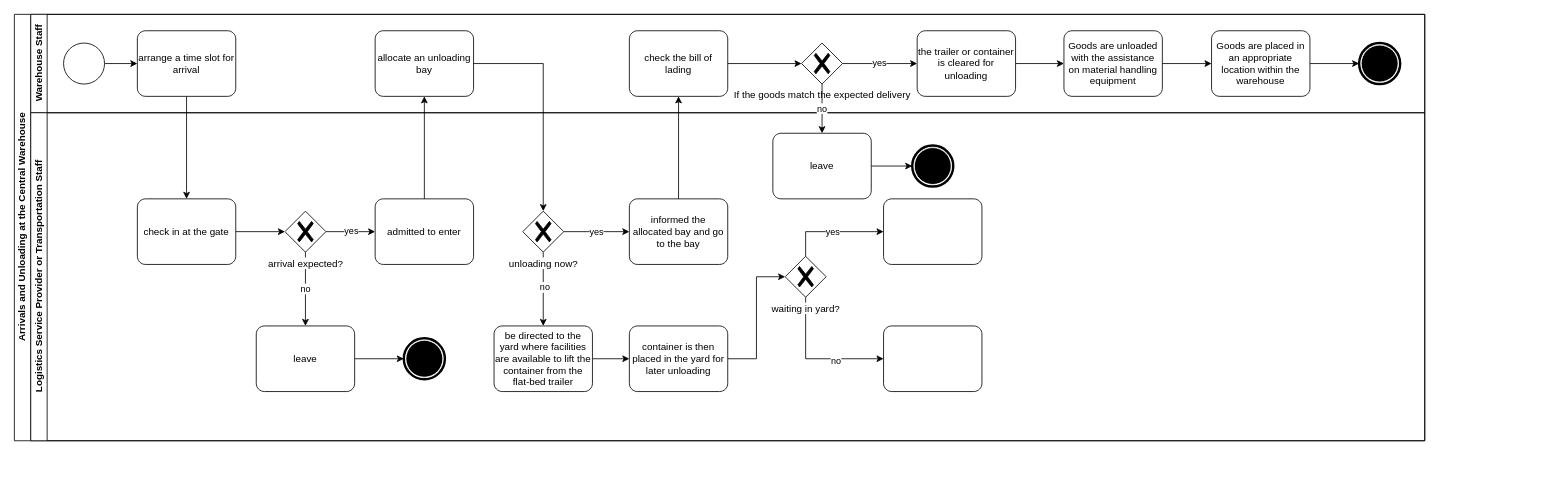
cky008/note-nuist keeps this draw.io diagram as others/BPMN-Arrivals and Unloading at the Central Warehouse.drawio. Above is the earlier version. Source tidied: cells renumbered, new cells numbered last; positions are measured from the earlier drawing's top-left corner, leaving out a move shared by most shapes. Both pictures are drawn from the tidied source at 82%, with x=0, y=0 at pixel (14, 14).
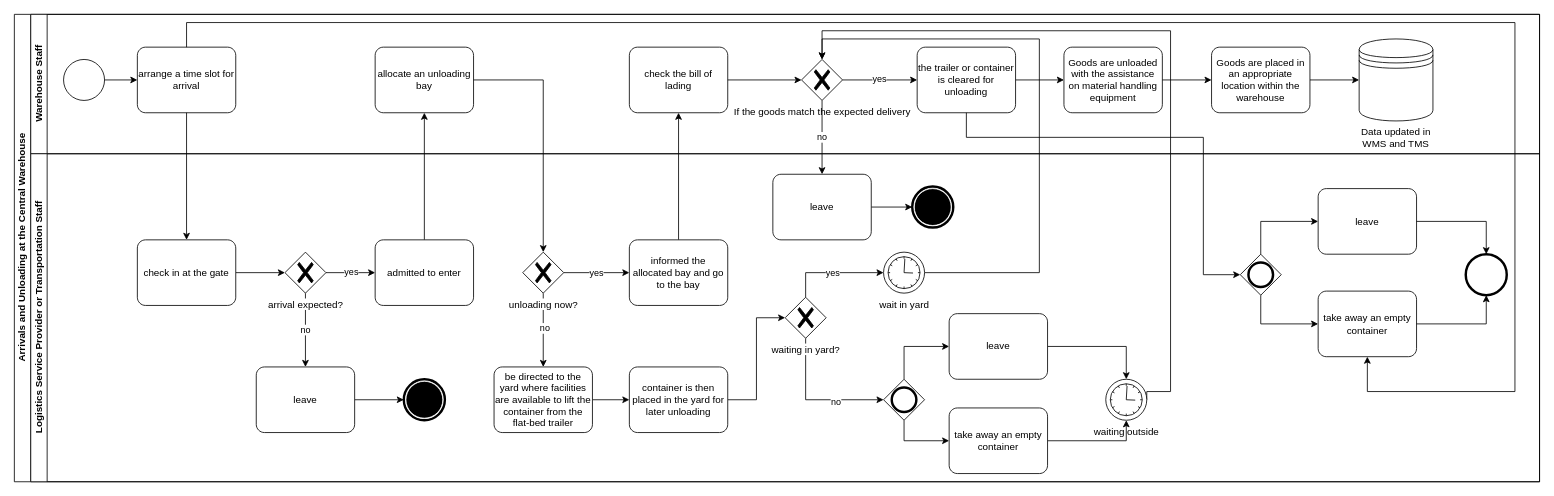
After the change.

The change refers to these unchanged cells:
```xml
<mxCell id="19" value="check in at the gate" style="points=[[0.25,0,0],[0.5,0,0],[0.75,0,0],[1,0.25,0],[1,0.5,0],[1,0.75,0],[0.75,1,0],[0.5,1,0],[0.25,1,0],[0,0.75,0],[0,0.5,0],[0,0.25,0]];shape=mxgraph.bpmn.task;whiteSpace=wrap;rectStyle=rounded;size=10;html=1;taskMarker=abstract;" parent="17" vertex="1">
  <mxGeometry x="130" y="105" width="120" height="80" as="geometry" />
</mxCell>
<mxCell id="24" value="admitted to enter" style="points=[[0.25,0,0],[0.5,0,0],[0.75,0,0],[1,0.25,0],[1,0.5,0],[1,0.75,0],[0.75,1,0],[0.5,1,0],[0.25,1,0],[0,0.75,0],[0,0.5,0],[0,0.25,0]];shape=mxgraph.bpmn.task;whiteSpace=wrap;rectStyle=rounded;size=10;html=1;taskMarker=abstract;" parent="17" vertex="1">
  <mxGeometry x="420" y="105" width="120" height="80" as="geometry" />
</mxCell>
<mxCell id="27" value="unloading now?" style="points=[[0.25,0.25,0],[0.5,0,0],[0.75,0.25,0],[1,0.5,0],[0.75,0.75,0],[0.5,1,0],[0.25,0.75,0],[0,0.5,0]];shape=mxgraph.bpmn.gateway2;html=1;verticalLabelPosition=bottom;labelBackgroundColor=#ffffff;verticalAlign=top;align=center;perimeter=rhombusPerimeter;outlineConnect=0;outline=none;symbol=none;gwType=exclusive;" parent="17" vertex="1">
  <mxGeometry x="600" y="120" width="50" height="50" as="geometry" />
</mxCell>
<mxCell id="32" value="informed the allocated bay and go to the bay" style="points=[[0.25,0,0],[0.5,0,0],[0.75,0,0],[1,0.25,0],[1,0.5,0],[1,0.75,0],[0.75,1,0],[0.5,1,0],[0.25,1,0],[0,0.75,0],[0,0.5,0],[0,0.25,0]];shape=mxgraph.bpmn.task;whiteSpace=wrap;rectStyle=rounded;size=10;html=1;taskMarker=abstract;" parent="17" vertex="1">
  <mxGeometry x="730" y="105" width="120" height="80" as="geometry" />
</mxCell>
<mxCell id="40" value="waiting in yard?" style="points=[[0.25,0.25,0],[0.5,0,0],[0.75,0.25,0],[1,0.5,0],[0.75,0.75,0],[0.5,1,0],[0.25,0.75,0],[0,0.5,0]];shape=mxgraph.bpmn.gateway2;html=1;verticalLabelPosition=bottom;labelBackgroundColor=#ffffff;verticalAlign=top;align=center;perimeter=rhombusPerimeter;outlineConnect=0;outline=none;symbol=none;gwType=exclusive;" parent="17" vertex="1">
  <mxGeometry x="920" y="175" width="50" height="50" as="geometry" />
</mxCell>
<mxCell id="44" value="leave" style="points=[[0.25,0,0],[0.5,0,0],[0.75,0,0],[1,0.25,0],[1,0.5,0],[1,0.75,0],[0.75,1,0],[0.5,1,0],[0.25,1,0],[0,0.75,0],[0,0.5,0],[0,0.25,0]];shape=mxgraph.bpmn.task;whiteSpace=wrap;rectStyle=rounded;size=10;html=1;taskMarker=abstract;" parent="17" vertex="1">
  <mxGeometry x="905" y="25" width="120" height="80" as="geometry" />
</mxCell>
```

The edit, as a diff of the source:
```diff
@@
     <mxCell id="2" value="Arrivals and Unloading at the Central Warehouse" style="swimlane;html=1;horizontal=0;startSize=20;" parent="1" vertex="1">
-      <mxGeometry width="1720" height="520" as="geometry" />
+      <mxGeometry width="1860" height="570" as="geometry" />
     </mxCell>
     <mxCell id="3" value="Warehouse Staff" style="swimlane;html=1;startSize=20;horizontal=0;" parent="2" vertex="1">
-      <mxGeometry x="20" width="1700" height="120" as="geometry" />
+      <mxGeometry x="20" width="1840" height="170" as="geometry" />
     </mxCell>
@@
     <mxCell id="5" style="points=[[0.145,0.145,0],[0.5,0,0],[0.855,0.145,0],[1,0.5,0],[0.855,0.855,0],[0.5,1,0],[0.145,0.855,0],[0,0.5,0]];shape=mxgraph.bpmn.event;html=1;verticalLabelPosition=bottom;labelBackgroundColor=#ffffff;verticalAlign=top;align=center;perimeter=ellipsePerimeter;outlineConnect=0;outline=standard;symbol=general;" parent="3" vertex="1">
-      <mxGeometry x="40" y="35" width="50" height="50" as="geometry" />
+      <mxGeometry x="40" y="55" width="50" height="50" as="geometry" />
     </mxCell>
     <mxCell id="6" value="arrange a time slot for arrival" style="points=[[0.25,0,0],[0.5,0,0],[0.75,0,0],[1,0.25,0],[1,0.5,0],[1,0.75,0],[0.75,1,0],[0.5,1,0],[0.25,1,0],[0,0.75,0],[0,0.5,0],[0,0.25,0]];shape=mxgraph.bpmn.task;whiteSpace=wrap;rectStyle=rounded;size=10;html=1;taskMarker=abstract;" parent="3" vertex="1">
-      <mxGeometry x="130" y="20" width="120" height="80" as="geometry" />
+      <mxGeometry x="130" y="40" width="120" height="80" as="geometry" />
     </mxCell>
     <mxCell id="7" value="allocate an unloading bay" style="points=[[0.25,0,0],[0.5,0,0],[0.75,0,0],[1,0.25,0],[1,0.5,0],[1,0.75,0],[0.75,1,0],[0.5,1,0],[0.25,1,0],[0,0.75,0],[0,0.5,0],[0,0.25,0]];shape=mxgraph.bpmn.task;whiteSpace=wrap;rectStyle=rounded;size=10;html=1;taskMarker=abstract;" parent="3" vertex="1">
-      <mxGeometry x="420" y="20" width="120" height="80" as="geometry" />
+      <mxGeometry x="420" y="40" width="120" height="80" as="geometry" />
     </mxCell>
     <mxCell id="8" value="check the bill of lading" style="points=[[0.25,0,0],[0.5,0,0],[0.75,0,0],[1,0.25,0],[1,0.5,0],[1,0.75,0],[0.75,1,0],[0.5,1,0],[0.25,1,0],[0,0.75,0],[0,0.5,0],[0,0.25,0]];shape=mxgraph.bpmn.task;whiteSpace=wrap;rectStyle=rounded;size=10;html=1;taskMarker=abstract;" parent="3" vertex="1">
-      <mxGeometry x="730" y="20" width="120" height="80" as="geometry" />
+      <mxGeometry x="730" y="40" width="120" height="80" as="geometry" />
     </mxCell>
@@
     <mxCell id="11" value="If the goods match the expected delivery" style="points=[[0.25,0.25,0],[0.5,0,0],[0.75,0.25,0],[1,0.5,0],[0.75,0.75,0],[0.5,1,0],[0.25,0.75,0],[0,0.5,0]];shape=mxgraph.bpmn.gateway2;html=1;verticalLabelPosition=bottom;labelBackgroundColor=#ffffff;verticalAlign=top;align=center;perimeter=rhombusPerimeter;outlineConnect=0;outline=none;symbol=none;gwType=exclusive;" parent="3" vertex="1">
-      <mxGeometry x="940" y="35" width="50" height="50" as="geometry" />
+      <mxGeometry x="940" y="55" width="50" height="50" as="geometry" />
     </mxCell>
@@
     <mxCell id="14" value="the trailer or container is cleared for unloading" style="points=[[0.25,0,0],[0.5,0,0],[0.75,0,0],[1,0.25,0],[1,0.5,0],[1,0.75,0],[0.75,1,0],[0.5,1,0],[0.25,1,0],[0,0.75,0],[0,0.5,0],[0,0.25,0]];shape=mxgraph.bpmn.task;whiteSpace=wrap;rectStyle=rounded;size=10;html=1;taskMarker=abstract;" parent="3" vertex="1">
-      <mxGeometry x="1081" y="20" width="120" height="80" as="geometry" />
+      <mxGeometry x="1081" y="40" width="120" height="80" as="geometry" />
     </mxCell>
     <mxCell id="15" value="Goods are unloaded with the assistance on material handling equipment" style="points=[[0.25,0,0],[0.5,0,0],[0.75,0,0],[1,0.25,0],[1,0.5,0],[1,0.75,0],[0.75,1,0],[0.5,1,0],[0.25,1,0],[0,0.75,0],[0,0.5,0],[0,0.25,0]];shape=mxgraph.bpmn.task;whiteSpace=wrap;rectStyle=rounded;size=10;html=1;taskMarker=abstract;" parent="3" vertex="1">
-      <mxGeometry x="1260" y="20" width="120" height="80" as="geometry" />
+      <mxGeometry x="1260" y="40" width="120" height="80" as="geometry" />
     </mxCell>
-    <mxCell id="16" style="points=[[0.145,0.145,0],[0.5,0,0],[0.855,0.145,0],[1,0.5,0],[0.855,0.855,0],[0.5,1,0],[0.145,0.855,0],[0,0.5,0]];shape=mxgraph.bpmn.event;html=1;verticalLabelPosition=bottom;labelBackgroundColor=#ffffff;verticalAlign=top;align=center;perimeter=ellipsePerimeter;outlineConnect=0;outline=end;symbol=terminate;" parent="3" vertex="1">
-      <mxGeometry x="1620" y="35" width="50" height="50" as="geometry" />
-    </mxCell>
+    <mxCell id="54" style="edgeStyle=orthogonalEdgeStyle;rounded=0;jettySize=auto;html=1;" parent="3" edge="1" source="52" target="55">
+      <mxGeometry relative="1" as="geometry" />
+    </mxCell>
+    <mxCell id="52" value="Goods are&amp;nbsp;placed in an appropriate location within the warehouse" style="points=[[0.25,0,0],[0.5,0,0],[0.75,0,0],[1,0.25,0],[1,0.5,0],[1,0.75,0],[0.75,1,0],[0.5,1,0],[0.25,1,0],[0,0.75,0],[0,0.5,0],[0,0.25,0]];shape=mxgraph.bpmn.task;whiteSpace=wrap;rectStyle=rounded;size=10;html=1;taskMarker=abstract;" parent="3" vertex="1">
+      <mxGeometry x="1440" y="40" width="120" height="80" as="geometry" />
+    </mxCell>
+    <mxCell id="53" style="edgeStyle=orthogonalEdgeStyle;rounded=0;jettySize=auto;html=1;" parent="3" edge="1" source="15" target="52">
+      <mxGeometry relative="1" as="geometry" />
+    </mxCell>
+    <mxCell id="55" value="Data updated in WMS and TMS" style="shape=datastore;whiteSpace=wrap;html=1;labelPosition=center;verticalLabelPosition=bottom;align=center;verticalAlign=top;" parent="3" vertex="1">
+      <mxGeometry x="1620" y="30" width="90" height="100" as="geometry" />
+    </mxCell>
+    <mxCell id="46" style="edgeStyle=orthogonalEdgeStyle;rounded=0;jettySize=auto;html=1;" parent="2" edge="1" source="6" target="19">
+      <mxGeometry relative="1" as="geometry" />
+    </mxCell>
+    <mxCell id="47" style="edgeStyle=orthogonalEdgeStyle;rounded=0;jettySize=auto;html=1;" parent="2" edge="1" source="24" target="7">
+      <mxGeometry relative="1" as="geometry" />
+    </mxCell>
+    <mxCell id="48" style="edgeStyle=orthogonalEdgeStyle;rounded=0;jettySize=auto;html=1;entryX=0.5;entryY=0;entryDx=0;entryDy=0;entryPerimeter=0;" parent="2" edge="1" source="7" target="27">
+      <mxGeometry relative="1" as="geometry" />
+    </mxCell>
+    <mxCell id="49" style="edgeStyle=orthogonalEdgeStyle;rounded=0;jettySize=auto;html=1;" parent="2" edge="1" source="32" target="8">
+      <mxGeometry relative="1" as="geometry" />
+    </mxCell>
+    <mxCell id="50" value="no" style="edgeStyle=orthogonalEdgeStyle;rounded=0;jettySize=auto;html=1;entryX=0.5;entryY=0;entryDx=0;entryDy=0;entryPerimeter=0;" parent="2" edge="1" source="11" target="44">
+      <mxGeometry relative="1" as="geometry" />
+    </mxCell>
+    <mxCell id="56" style="edgeStyle=orthogonalEdgeStyle;rounded=0;jettySize=auto;html=1;entryX=0.5;entryY=0;entryDx=0;entryDy=0;entryPerimeter=0;exitX=1;exitY=0.5;exitDx=0;exitDy=0;exitPerimeter=0;" parent="2" edge="1" source="61" target="11">
+      <mxGeometry relative="1" as="geometry">
+        <Array as="points">
+          <mxPoint x="1250" y="315" />
+          <mxPoint x="1250" y="30" />
+          <mxPoint x="985" y="30" />
+        </Array>
+      </mxGeometry>
+    </mxCell>
+    <mxCell id="57" style="edgeStyle=orthogonalEdgeStyle;rounded=0;jettySize=auto;html=1;entryX=0.5;entryY=0;entryDx=0;entryDy=0;entryPerimeter=0;exitX=1;exitY=0.5;exitDx=0;exitDy=0;exitPerimeter=0;" parent="2" edge="1" source="62" target="11">
+      <mxGeometry relative="1" as="geometry">
+        <Array as="points">
+          <mxPoint x="1410" y="460" />
+          <mxPoint x="1410" y="20" />
+          <mxPoint x="985" y="20" />
+        </Array>
+      </mxGeometry>
+    </mxCell>
+    <mxCell id="58" style="edgeStyle=orthogonalEdgeStyle;rounded=0;jettySize=auto;html=1;entryX=0;entryY=0.5;entryDx=0;entryDy=0;entryPerimeter=0;exitX=0.5;exitY=1;exitDx=0;exitDy=0;exitPerimeter=0;" parent="2" edge="1" source="14" target="71">
+      <mxGeometry relative="1" as="geometry">
+        <Array as="points">
+          <mxPoint x="1161" y="150" />
+          <mxPoint x="1450" y="150" />
+          <mxPoint x="1450" y="318" />
+        </Array>
+      </mxGeometry>
+    </mxCell>
+    <mxCell id="59" style="edgeStyle=orthogonalEdgeStyle;rounded=0;jettySize=auto;html=1;" parent="2" edge="1" source="6" target="73">
+      <mxGeometry relative="1" as="geometry">
+        <Array as="points">
+          <mxPoint x="210" y="10" />
+          <mxPoint x="1830" y="10" />
+          <mxPoint x="1830" y="460" />
+          <mxPoint x="1650" y="460" />
+        </Array>
+      </mxGeometry>
+    </mxCell>
     <mxCell id="17" value="Logistics Service Provider or&amp;nbsp;Transportation Staff" style="swimlane;html=1;startSize=20;horizontal=0;" parent="2" vertex="1">
-      <mxGeometry x="20" y="120" width="1700" height="400" as="geometry" />
+      <mxGeometry x="20" y="170" width="1840" height="400" as="geometry" />
     </mxCell>
@@
-    <mxCell id="37" value="yes" style="edgeStyle=orthogonalEdgeStyle;rounded=0;jettySize=auto;html=1;exitX=0.5;exitY=0;exitDx=0;exitDy=0;exitPerimeter=0;" parent="17" edge="1" source="40" target="41">
+    <mxCell id="37" value="yes" style="edgeStyle=orthogonalEdgeStyle;rounded=0;jettySize=auto;html=1;exitX=0.5;exitY=0;exitDx=0;exitDy=0;exitPerimeter=0;entryX=0;entryY=0.5;entryDx=0;entryDy=0;entryPerimeter=0;" parent="17" edge="1" source="40" target="61">
       <mxGeometry relative="1" as="geometry" />
     </mxCell>
-    <mxCell id="38" style="edgeStyle=orthogonalEdgeStyle;rounded=0;jettySize=auto;html=1;entryX=0;entryY=0.5;entryDx=0;entryDy=0;entryPerimeter=0;exitX=0.5;exitY=1;exitDx=0;exitDy=0;exitPerimeter=0;" parent="17" edge="1" source="40" target="42">
+    <mxCell id="38" style="edgeStyle=orthogonalEdgeStyle;rounded=0;jettySize=auto;html=1;entryX=0;entryY=0.5;entryDx=0;entryDy=0;entryPerimeter=0;exitX=0.5;exitY=1;exitDx=0;exitDy=0;exitPerimeter=0;" parent="17" edge="1" source="40" target="65">
       <mxGeometry relative="1" as="geometry" />
     </mxCell>
@@
-    <mxCell id="41" style="points=[[0.25,0,0],[0.5,0,0],[0.75,0,0],[1,0.25,0],[1,0.5,0],[1,0.75,0],[0.75,1,0],[0.5,1,0],[0.25,1,0],[0,0.75,0],[0,0.5,0],[0,0.25,0]];shape=mxgraph.bpmn.task;whiteSpace=wrap;rectStyle=rounded;size=10;html=1;taskMarker=abstract;" parent="17" vertex="1">
-      <mxGeometry x="1040" y="105" width="120" height="80" as="geometry" />
-    </mxCell>
-    <mxCell id="42" style="points=[[0.25,0,0],[0.5,0,0],[0.75,0,0],[1,0.25,0],[1,0.5,0],[1,0.75,0],[0.75,1,0],[0.5,1,0],[0.25,1,0],[0,0.75,0],[0,0.5,0],[0,0.25,0]];shape=mxgraph.bpmn.task;whiteSpace=wrap;rectStyle=rounded;size=10;html=1;taskMarker=abstract;" parent="17" vertex="1">
-      <mxGeometry x="1040" y="260" width="120" height="80" as="geometry" />
-    </mxCell>
+    <mxCell id="60" style="edgeStyle=orthogonalEdgeStyle;rounded=0;jettySize=auto;html=1;exitX=1;exitY=0.5;exitDx=0;exitDy=0;exitPerimeter=0;" parent="17" edge="1" source="66" target="62">
+      <mxGeometry relative="1" as="geometry">
+        <Array as="points">
+          <mxPoint x="1336" y="235" />
+        </Array>
+      </mxGeometry>
+    </mxCell>
@@
-    <mxCell id="46" style="edgeStyle=orthogonalEdgeStyle;rounded=0;jettySize=auto;html=1;" parent="2" edge="1" source="6" target="19">
-      <mxGeometry relative="1" as="geometry" />
-    </mxCell>
-    <mxCell id="47" style="edgeStyle=orthogonalEdgeStyle;rounded=0;jettySize=auto;html=1;" parent="2" edge="1" source="24" target="7">
-      <mxGeometry relative="1" as="geometry" />
-    </mxCell>
-    <mxCell id="48" style="edgeStyle=orthogonalEdgeStyle;rounded=0;jettySize=auto;html=1;entryX=0.5;entryY=0;entryDx=0;entryDy=0;entryPerimeter=0;" parent="2" edge="1" source="7" target="27">
-      <mxGeometry relative="1" as="geometry" />
-    </mxCell>
-    <mxCell id="49" style="edgeStyle=orthogonalEdgeStyle;rounded=0;jettySize=auto;html=1;" parent="2" edge="1" source="32" target="8">
-      <mxGeometry relative="1" as="geometry" />
-    </mxCell>
-    <mxCell id="50" value="no" style="edgeStyle=orthogonalEdgeStyle;rounded=0;jettySize=auto;html=1;entryX=0.5;entryY=0;entryDx=0;entryDy=0;entryPerimeter=0;" parent="2" edge="1" source="11" target="44">
-      <mxGeometry relative="1" as="geometry" />
-    </mxCell>
-    <mxCell id="51" style="edgeStyle=orthogonalEdgeStyle;rounded=0;jettySize=auto;html=1;" parent="1" edge="1" source="52" target="16">
-      <mxGeometry relative="1" as="geometry" />
-    </mxCell>
-    <mxCell id="52" value="Goods are&amp;nbsp;placed in an appropriate location within the warehouse" style="points=[[0.25,0,0],[0.5,0,0],[0.75,0,0],[1,0.25,0],[1,0.5,0],[1,0.75,0],[0.75,1,0],[0.5,1,0],[0.25,1,0],[0,0.75,0],[0,0.5,0],[0,0.25,0]];shape=mxgraph.bpmn.task;whiteSpace=wrap;rectStyle=rounded;size=10;html=1;taskMarker=abstract;" parent="1" vertex="1">
-      <mxGeometry x="1460" y="20" width="120" height="80" as="geometry" />
-    </mxCell>
-    <mxCell id="53" style="edgeStyle=orthogonalEdgeStyle;rounded=0;jettySize=auto;html=1;" parent="1" edge="1" source="15" target="52">
-      <mxGeometry relative="1" as="geometry" />
-    </mxCell>
+    <mxCell id="61" value="wait in yard" style="points=[[0.145,0.145,0],[0.5,0,0],[0.855,0.145,0],[1,0.5,0],[0.855,0.855,0],[0.5,1,0],[0.145,0.855,0],[0,0.5,0]];shape=mxgraph.bpmn.event;html=1;verticalLabelPosition=bottom;labelBackgroundColor=#ffffff;verticalAlign=top;align=center;perimeter=ellipsePerimeter;outlineConnect=0;outline=standard;symbol=timer;" parent="17" vertex="1">
+      <mxGeometry x="1040" y="120" width="50" height="50" as="geometry" />
+    </mxCell>
+    <mxCell id="62" value="waiting outside" style="points=[[0.145,0.145,0],[0.5,0,0],[0.855,0.145,0],[1,0.5,0],[0.855,0.855,0],[0.5,1,0],[0.145,0.855,0],[0,0.5,0]];shape=mxgraph.bpmn.event;html=1;verticalLabelPosition=bottom;labelBackgroundColor=#ffffff;verticalAlign=top;align=center;perimeter=ellipsePerimeter;outlineConnect=0;outline=standard;symbol=timer;" parent="17" vertex="1">
+      <mxGeometry x="1311" y="275" width="50" height="50" as="geometry" />
+    </mxCell>
+    <mxCell id="63" style="edgeStyle=orthogonalEdgeStyle;rounded=0;jettySize=auto;html=1;exitX=0.5;exitY=0;exitDx=0;exitDy=0;exitPerimeter=0;" parent="17" edge="1" source="65" target="66">
+      <mxGeometry relative="1" as="geometry" />
+    </mxCell>
+    <mxCell id="64" style="edgeStyle=orthogonalEdgeStyle;rounded=0;jettySize=auto;html=1;exitX=0.5;exitY=1;exitDx=0;exitDy=0;exitPerimeter=0;" parent="17" edge="1" source="65" target="68">
+      <mxGeometry relative="1" as="geometry" />
+    </mxCell>
+    <mxCell id="65" style="points=[[0.25,0.25,0],[0.5,0,0],[0.75,0.25,0],[1,0.5,0],[0.75,0.75,0],[0.5,1,0],[0.25,0.75,0],[0,0.5,0]];shape=mxgraph.bpmn.gateway2;html=1;verticalLabelPosition=bottom;labelBackgroundColor=#ffffff;verticalAlign=top;align=center;perimeter=rhombusPerimeter;outlineConnect=0;outline=end;symbol=general;" parent="17" vertex="1">
+      <mxGeometry x="1040" y="275" width="50" height="50" as="geometry" />
+    </mxCell>
+    <mxCell id="66" value="leave" style="points=[[0.25,0,0],[0.5,0,0],[0.75,0,0],[1,0.25,0],[1,0.5,0],[1,0.75,0],[0.75,1,0],[0.5,1,0],[0.25,1,0],[0,0.75,0],[0,0.5,0],[0,0.25,0]];shape=mxgraph.bpmn.task;whiteSpace=wrap;rectStyle=rounded;size=10;html=1;taskMarker=abstract;" parent="17" vertex="1">
+      <mxGeometry x="1120" y="195" width="120" height="80" as="geometry" />
+    </mxCell>
+    <mxCell id="67" style="edgeStyle=orthogonalEdgeStyle;rounded=0;jettySize=auto;html=1;entryX=0.5;entryY=1;entryDx=0;entryDy=0;entryPerimeter=0;" parent="17" edge="1" source="68" target="62">
+      <mxGeometry relative="1" as="geometry" />
+    </mxCell>
+    <mxCell id="68" value="take away an empty container" style="points=[[0.25,0,0],[0.5,0,0],[0.75,0,0],[1,0.25,0],[1,0.5,0],[1,0.75,0],[0.75,1,0],[0.5,1,0],[0.25,1,0],[0,0.75,0],[0,0.5,0],[0,0.25,0]];shape=mxgraph.bpmn.task;whiteSpace=wrap;rectStyle=rounded;size=10;html=1;taskMarker=abstract;" parent="17" vertex="1">
+      <mxGeometry x="1120" y="310" width="120" height="80" as="geometry" />
+    </mxCell>
+    <mxCell id="69" style="edgeStyle=orthogonalEdgeStyle;rounded=0;jettySize=auto;html=1;entryX=0;entryY=0.5;entryDx=0;entryDy=0;entryPerimeter=0;exitX=0.5;exitY=1;exitDx=0;exitDy=0;exitPerimeter=0;" parent="17" edge="1" source="71" target="73">
+      <mxGeometry relative="1" as="geometry" />
+    </mxCell>
+    <mxCell id="70" style="edgeStyle=orthogonalEdgeStyle;rounded=0;jettySize=auto;html=1;exitX=0.5;exitY=0;exitDx=0;exitDy=0;exitPerimeter=0;" parent="17" edge="1" source="71" target="72">
+      <mxGeometry relative="1" as="geometry" />
+    </mxCell>
+    <mxCell id="71" style="points=[[0.25,0.25,0],[0.5,0,0],[0.75,0.25,0],[1,0.5,0],[0.75,0.75,0],[0.5,1,0],[0.25,0.75,0],[0,0.5,0]];shape=mxgraph.bpmn.gateway2;html=1;verticalLabelPosition=bottom;labelBackgroundColor=#ffffff;verticalAlign=top;align=center;perimeter=rhombusPerimeter;outlineConnect=0;outline=end;symbol=general;" parent="17" vertex="1">
+      <mxGeometry x="1475" y="122.5" width="50" height="50" as="geometry" />
+    </mxCell>
+    <mxCell id="72" value="leave" style="points=[[0.25,0,0],[0.5,0,0],[0.75,0,0],[1,0.25,0],[1,0.5,0],[1,0.75,0],[0.75,1,0],[0.5,1,0],[0.25,1,0],[0,0.75,0],[0,0.5,0],[0,0.25,0]];shape=mxgraph.bpmn.task;whiteSpace=wrap;rectStyle=rounded;size=10;html=1;taskMarker=abstract;" parent="17" vertex="1">
+      <mxGeometry x="1570" y="42.5" width="120" height="80" as="geometry" />
+    </mxCell>
+    <mxCell id="73" value="take away an empty container" style="points=[[0.25,0,0],[0.5,0,0],[0.75,0,0],[1,0.25,0],[1,0.5,0],[1,0.75,0],[0.75,1,0],[0.5,1,0],[0.25,1,0],[0,0.75,0],[0,0.5,0],[0,0.25,0]];shape=mxgraph.bpmn.task;whiteSpace=wrap;rectStyle=rounded;size=10;html=1;taskMarker=abstract;" parent="17" vertex="1">
+      <mxGeometry x="1570" y="167.5" width="120" height="80" as="geometry" />
+    </mxCell>
+    <mxCell id="74" style="points=[[0.145,0.145,0],[0.5,0,0],[0.855,0.145,0],[1,0.5,0],[0.855,0.855,0],[0.5,1,0],[0.145,0.855,0],[0,0.5,0]];shape=mxgraph.bpmn.event;html=1;verticalLabelPosition=bottom;labelBackgroundColor=#ffffff;verticalAlign=top;align=center;perimeter=ellipsePerimeter;outlineConnect=0;outline=end;symbol=terminate2;" parent="17" vertex="1">
+      <mxGeometry x="1750" y="122.5" width="50" height="50" as="geometry" />
+    </mxCell>
+    <mxCell id="75" style="edgeStyle=orthogonalEdgeStyle;rounded=0;jettySize=auto;html=1;entryX=0.5;entryY=0;entryDx=0;entryDy=0;entryPerimeter=0;" parent="17" edge="1" source="72" target="74">
+      <mxGeometry relative="1" as="geometry" />
+    </mxCell>
+    <mxCell id="76" style="edgeStyle=orthogonalEdgeStyle;rounded=0;jettySize=auto;html=1;entryX=0.5;entryY=1;entryDx=0;entryDy=0;entryPerimeter=0;" parent="17" edge="1" source="73" target="74">
+      <mxGeometry relative="1" as="geometry" />
+    </mxCell>
```
